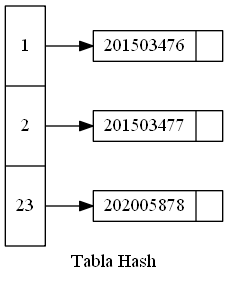
hr9457/EDD_1S2020_PY2_201314296 keeps this Graphviz diagram as EDD_Proyecto2/Reportes/Hash.png. Above is the earlier version. Its source is kept beside it as EDD_Proyecto2/ArchivosDot/Hash.dot.
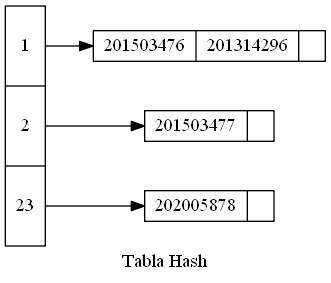
Later version of the same file.

Change to the diagram source:
```diff
@@ -3,7 +3,7 @@
 rankdir=LR;
 node [shape=record,width=0.1,height=0.1];
 nodo0 [label = "  <f0>1| <f1>2| <f2>23 " , height=2.5];
-nodo1[label = " {201503476|}"];
+nodo1[label = " {201503476|201314296|}"];
 nodo2[label = " {201503477|}"];
 nodo3[label = " {202005878|}"];
 
```
